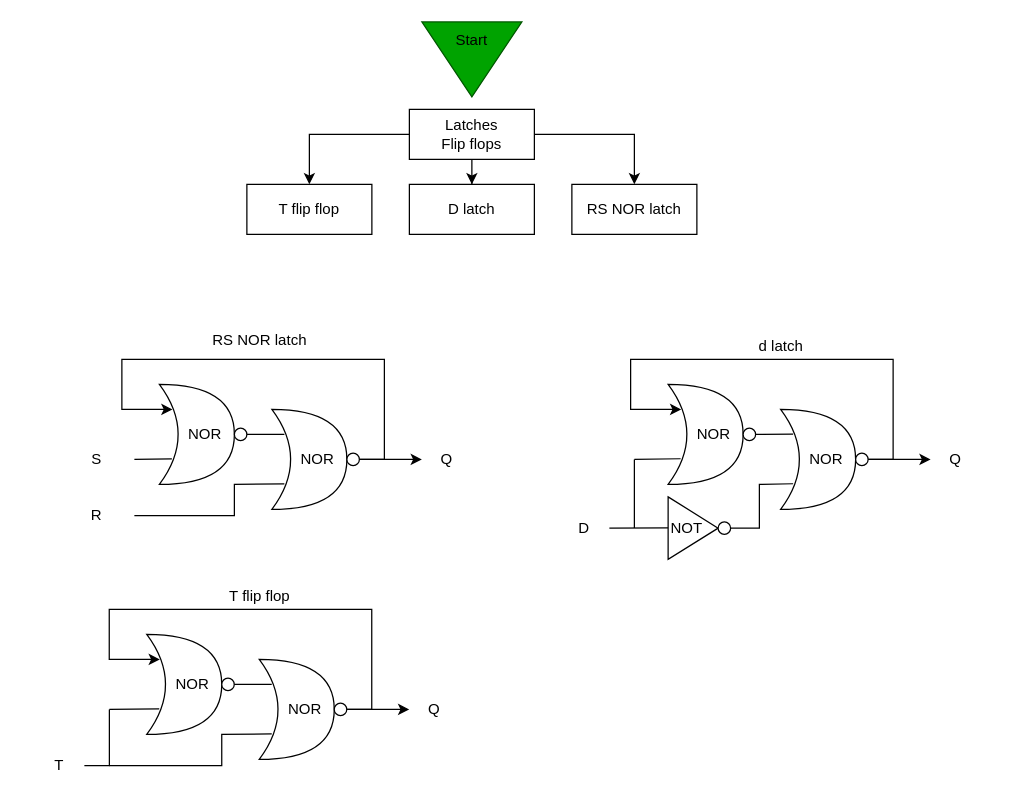
Kuggo/UnivOREsity keeps this draw.io diagram as page "Latches" (5 of 9) of Lesson Diagram.drawio. Above is the earlier version. Source tidied: cells renumbered, new cells numbered last; positions are measured from the earlier drawing's top-left corner, leaving out a move shared by most shapes. Both pictures are drawn from the tidied source at 125%, with x=0, y=0 at pixel (21, 9).
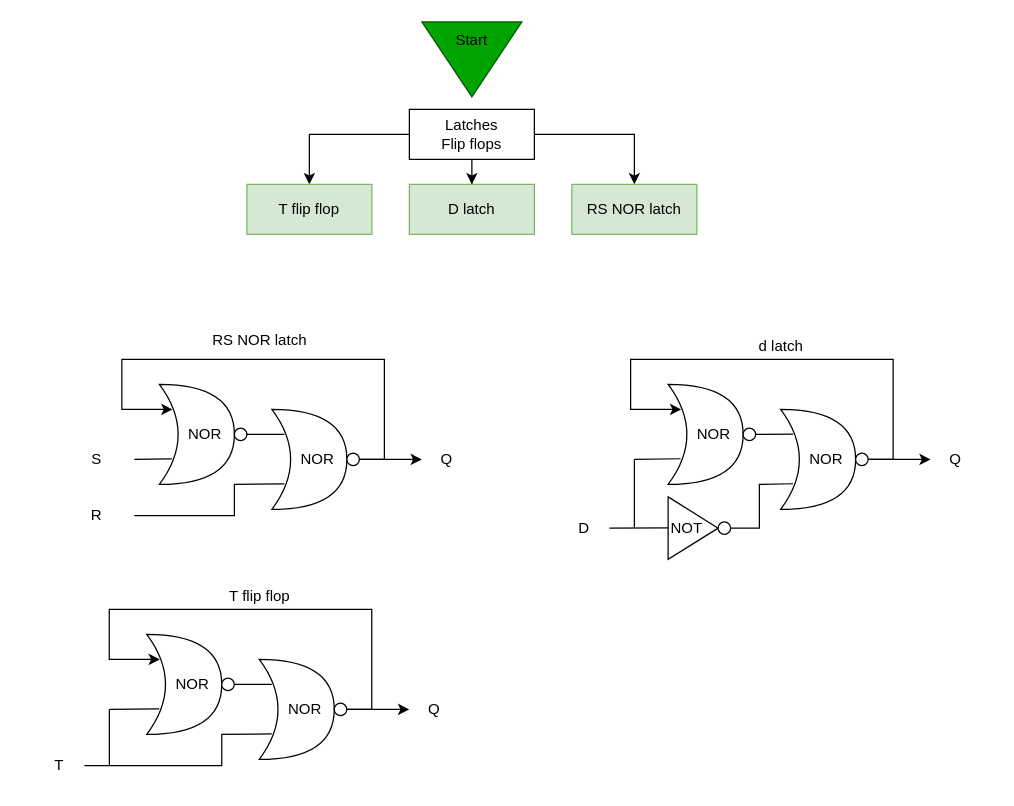
The same diagram, later.

The edit, as a diff of the source:
```diff
@@
-    <mxCell id="6" value="D latch" style="rounded=0;whiteSpace=wrap;html=1;" parent="1" vertex="1">
+    <mxCell id="6" value="D latch" style="rounded=0;whiteSpace=wrap;html=1;fillColor=#d5e8d4;strokeColor=#82b366;" parent="1" vertex="1">
       <mxGeometry x="310" y="140" width="100" height="40" as="geometry" />
     </mxCell>
-    <mxCell id="7" value="T flip flop" style="rounded=0;whiteSpace=wrap;html=1;" parent="1" vertex="1">
+    <mxCell id="7" value="T flip flop" style="rounded=0;whiteSpace=wrap;html=1;fillColor=#d5e8d4;strokeColor=#82b366;" parent="1" vertex="1">
       <mxGeometry x="180" y="140" width="100" height="40" as="geometry" />
     </mxCell>
-    <mxCell id="8" value="RS NOR latch" style="rounded=0;whiteSpace=wrap;html=1;" parent="1" vertex="1">
+    <mxCell id="8" value="RS NOR latch" style="rounded=0;whiteSpace=wrap;html=1;fillColor=#d5e8d4;strokeColor=#82b366;" parent="1" vertex="1">
       <mxGeometry x="440" y="140" width="100" height="40" as="geometry" />
     </mxCell>
```
